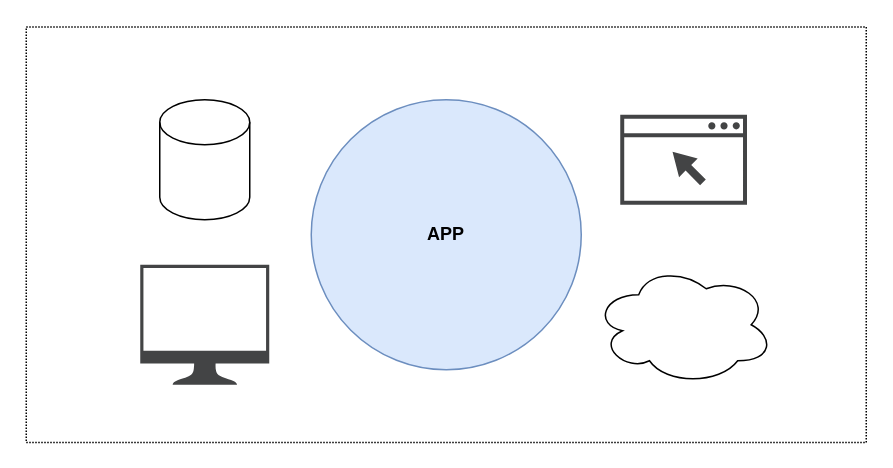
The draw.io diagram page "App" (1 of 12) of diagrams/1.drawio in alicemunsal/dohex, before the edit. Source tidied: cells renumbered, new cells numbered last; positions are measured from the earlier drawing's top-left corner, leaving out a move shared by most shapes. Both pictures are drawn from the tidied source at 150%, with x=0, y=0 at pixel (26, 27).
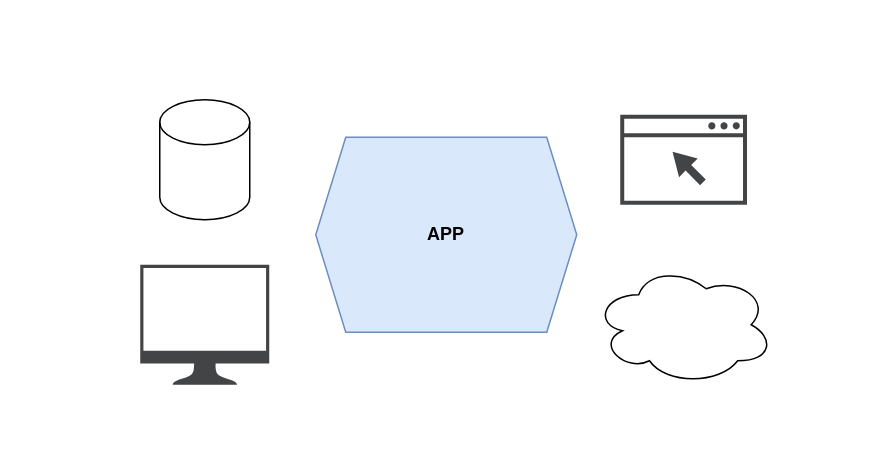
After the change.

The edit, as a diff of the source:
```diff
@@
 <mxGraphModel>
   <root>
     <mxCell id="0" />
     <mxCell id="1" parent="0" />
-    <mxCell id="2" style="rounded=0;whiteSpace=wrap;html=1;fontSize=12;strokeWidth=1;dashed=1;dashPattern=1 1;perimeterSpacing=1;fillColor=none;" parent="1" vertex="1">
-      <mxGeometry y="-0.5" width="560" height="277" as="geometry" />
-    </mxCell>
     <mxCell id="3" style="shape=cylinder3;whiteSpace=wrap;html=1;boundedLbl=1;backgroundOutline=1;size=15;" parent="1" vertex="1">
       <mxGeometry x="89" y="48" width="60" height="80" as="geometry" />
     </mxCell>
     <mxCell id="4" style="ellipse;shape=cloud;whiteSpace=wrap;html=1;" parent="1" vertex="1">
       <mxGeometry x="378.3" y="158" width="120" height="80" as="geometry" />
     </mxCell>
     <mxCell id="5" style="sketch=0;shadow=0;dashed=0;html=1;strokeColor=none;fillColor=#434445;labelPosition=center;verticalLabelPosition=bottom;verticalAlign=top;align=center;shape=mxgraph.vvd.web_browser;" parent="1" vertex="1">
       <mxGeometry x="396" y="58" width="84.5" height="60" as="geometry" />
     </mxCell>
     <mxCell id="6" style="sketch=0;shadow=0;dashed=0;html=1;strokeColor=none;fillColor=#434445;labelPosition=center;verticalLabelPosition=bottom;verticalAlign=top;align=center;shape=mxgraph.vvd.monitor;" parent="1" vertex="1">
       <mxGeometry x="76" y="158" width="86" height="80" as="geometry" />
     </mxCell>
-    <mxCell id="7" value="APP" style="ellipse;whiteSpace=wrap;html=1;fontSize=12;fillColor=#dae8fc;strokeColor=#6c8ebf;fontStyle=1;" parent="1" vertex="1">
-      <mxGeometry x="190" y="48" width="180" height="180" as="geometry" />
+    <mxCell id="7" value="APP" style="shape=hexagon;perimeter=hexagonPerimeter2;whiteSpace=wrap;html=1;fixedSize=1;rotation=0;fillColor=#dae8fc;strokeColor=#6c8ebf;fontStyle=1;" parent="1" vertex="1">
+      <mxGeometry x="193" y="73" width="174" height="130" as="geometry" />
     </mxCell>
   </root>
 </mxGraphModel>
```
